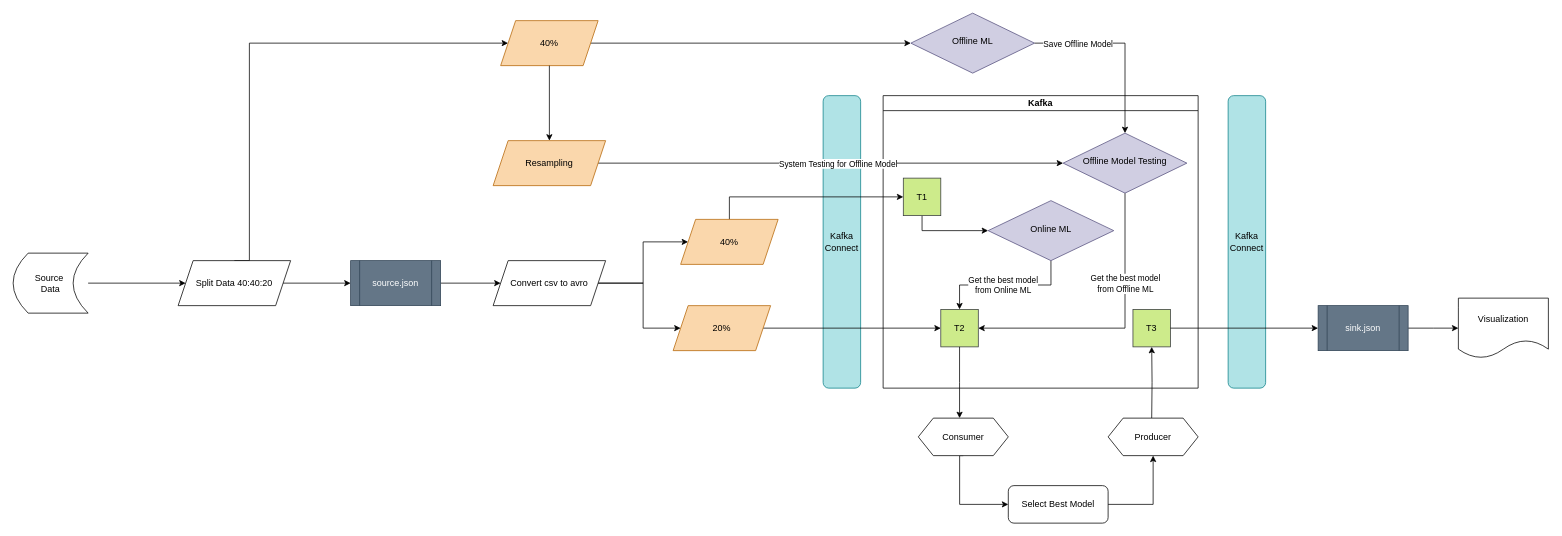
The draw.io diagram 6005_FinalProject_FlowChart.drawio in y-lims/DADS6005_FinalProject_MetroPT-3, before the edit. Source tidied: cells renumbered, new cells numbered last; positions are measured from the earlier drawing's top-left corner, leaving out a move shared by most shapes. Both pictures are drawn from the tidied source at 75%, with x=0, y=0 at pixel (13, 13).
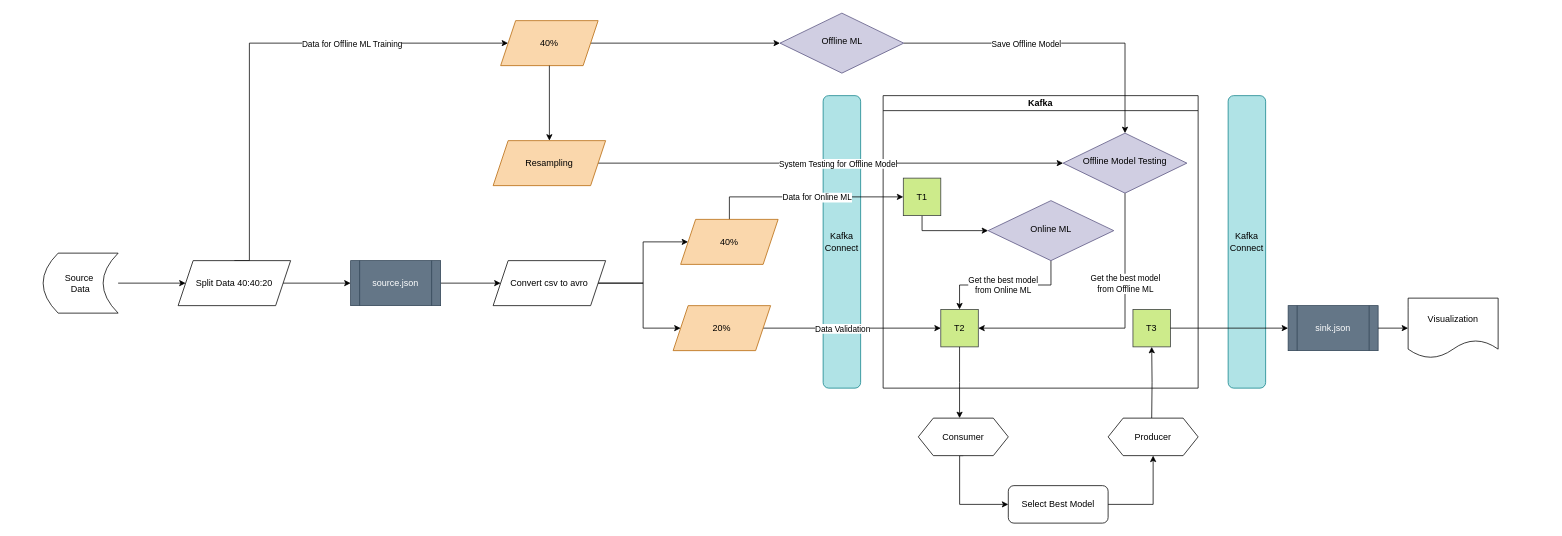
The same diagram, later.

The change refers to these unchanged cells:
```xml
<mxCell id="21" style="edgeStyle=orthogonalEdgeStyle;rounded=0;jettySize=auto;html=1;exitX=0.5;exitY=0;exitDx=0;exitDy=0;entryX=0;entryY=0.5;entryDx=0;entryDy=0;" parent="1" edge="1" source="23" target="25">
  <mxGeometry relative="1" as="geometry">
    <Array as="points">
      <mxPoint x="315" y="40" />
    </Array>
  </mxGeometry>
</mxCell>
<mxCell id="26" style="edgeStyle=orthogonalEdgeStyle;rounded=0;jettySize=auto;html=1;exitX=1;exitY=0.5;exitDx=0;exitDy=0;entryX=0.5;entryY=0;entryDx=0;entryDy=0;" parent="1" edge="1" source="28" target="10">
  <mxGeometry relative="1" as="geometry" />
</mxCell>
<mxCell id="29" style="edgeStyle=orthogonalEdgeStyle;rounded=0;jettySize=auto;html=1;exitX=0.5;exitY=0;exitDx=0;exitDy=0;entryX=0;entryY=0.5;entryDx=0;entryDy=0;" parent="1" edge="1" source="30" target="12">
  <mxGeometry relative="1" as="geometry" />
</mxCell>
<mxCell id="31" style="edgeStyle=orthogonalEdgeStyle;rounded=0;jettySize=auto;html=1;exitX=1;exitY=0.5;exitDx=0;exitDy=0;entryX=0;entryY=0.5;entryDx=0;entryDy=0;" parent="1" edge="1" source="32" target="3">
  <mxGeometry relative="1" as="geometry" />
</mxCell>
```

Diff of the diagram source:
```diff
@@
     <mxCell id="16" value="Source&amp;nbsp;&lt;div&gt;Data&lt;/div&gt;" style="shape=dataStorage;whiteSpace=wrap;html=1;fixedSize=1;" parent="1" vertex="1">
-      <mxGeometry y="320" width="100" height="80" as="geometry" />
+      <mxGeometry x="40" y="320" width="100" height="80" as="geometry" />
     </mxCell>
@@
+    <mxCell id="50" value="Data for Offline ML Training" style="edgeLabel;html=1;align=center;verticalAlign=middle;" parent="21" vertex="1">
+      <mxGeometry x="0.18" relative="1" as="geometry">
+        <mxPoint x="60" as="offset" />
+      </mxGeometry>
+    </mxCell>
@@
     <mxCell id="27" value="Save Offline Model" style="edgeLabel;html=1;align=center;verticalAlign=middle;" parent="26" vertex="1">
       <mxGeometry x="-0.86" y="3" relative="1" as="geometry">
-        <mxPoint x="41" y="3" as="offset" />
+        <mxPoint x="134" y="3" as="offset" />
       </mxGeometry>
     </mxCell>
     <mxCell id="28" value="Offline ML" style="rhombus;whiteSpace=wrap;html=1;shadow=0;fontFamily=Helvetica;fontSize=12;align=center;strokeWidth=1;spacing=6;spacingTop=-4;fillColor=#d0cee2;strokeColor=#56517e;" parent="1" vertex="1">
-      <mxGeometry x="1196.9" width="165" height="80" as="geometry" />
+      <mxGeometry x="1022.5" width="165" height="80" as="geometry" />
     </mxCell>
@@
+    <mxCell id="51" value="Data for Online ML" style="edgeLabel;html=1;align=center;verticalAlign=middle;" parent="29" vertex="1">
+      <mxGeometry x="-0.11" y="-2" relative="1" as="geometry">
+        <mxPoint x="29" y="-2" as="offset" />
+      </mxGeometry>
+    </mxCell>
@@
+    <mxCell id="52" value="Data Validation" style="edgeLabel;html=1;align=center;verticalAlign=middle;" parent="31" vertex="1">
+      <mxGeometry x="-0.48" y="-1" relative="1" as="geometry">
+        <mxPoint x="43" y="-1" as="offset" />
+      </mxGeometry>
+    </mxCell>
@@
-    <mxCell id="36" style="edgeStyle=orthogonalEdgeStyle;rounded=0;jettySize=auto;html=1;exitX=1;exitY=0.5;exitDx=0;exitDy=0;entryX=0;entryY=0.5;entryDx=0;entryDy=0;" parent="1" edge="1" source="40">
-      <mxGeometry relative="1" as="geometry">
-        <mxPoint x="1927" y="420" as="targetPoint" />
-      </mxGeometry>
-    </mxCell>
@@
     <mxCell id="40" value="sink.json" style="shape=process;whiteSpace=wrap;html=1;backgroundOutline=1;fillColor=#647687;fontColor=#ffffff;strokeColor=#314354;" parent="1" vertex="1">
-      <mxGeometry x="1740" y="390" width="120" height="60" as="geometry" />
+      <mxGeometry x="1700" y="390" width="120" height="60" as="geometry" />
     </mxCell>
@@
+    <mxCell id="53" style="edgeStyle=orthogonalEdgeStyle;rounded=0;jettySize=auto;html=1;exitX=1;exitY=0.5;exitDx=0;exitDy=0;entryX=0;entryY=0.5;entryDx=0;entryDy=0;" parent="1" edge="1" source="40" target="49">
+      <mxGeometry relative="1" as="geometry" />
+    </mxCell>
     <mxCell id="49" value="Visualization" style="shape=document;whiteSpace=wrap;html=1;boundedLbl=1;" parent="1" vertex="1">
-      <mxGeometry x="1927" y="380" width="120" height="80" as="geometry" />
+      <mxGeometry x="1860" y="380" width="120" height="80" as="geometry" />
     </mxCell>
```
